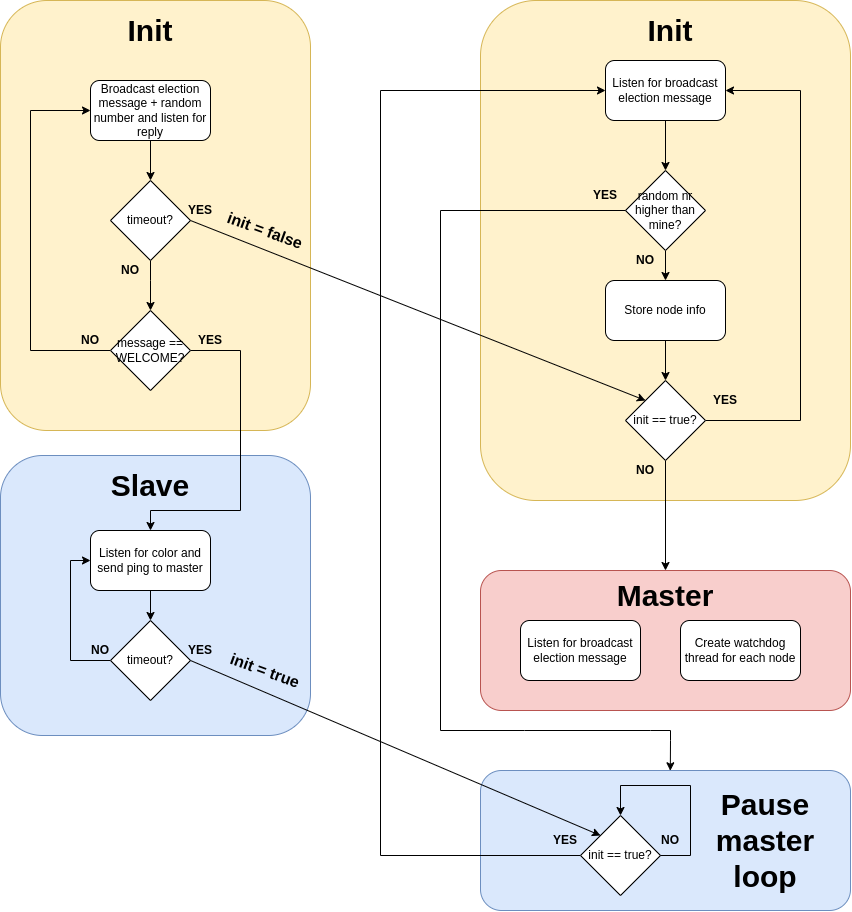
This is task-masterelection/img/control_flow.png from PetrKocian/DS, a draw.io export, as it was before one commit. Source tidied: cells renumbered, new cells last; positions are measured from the earlier drawing's top-left corner, leaving out a move shared by most shapes.
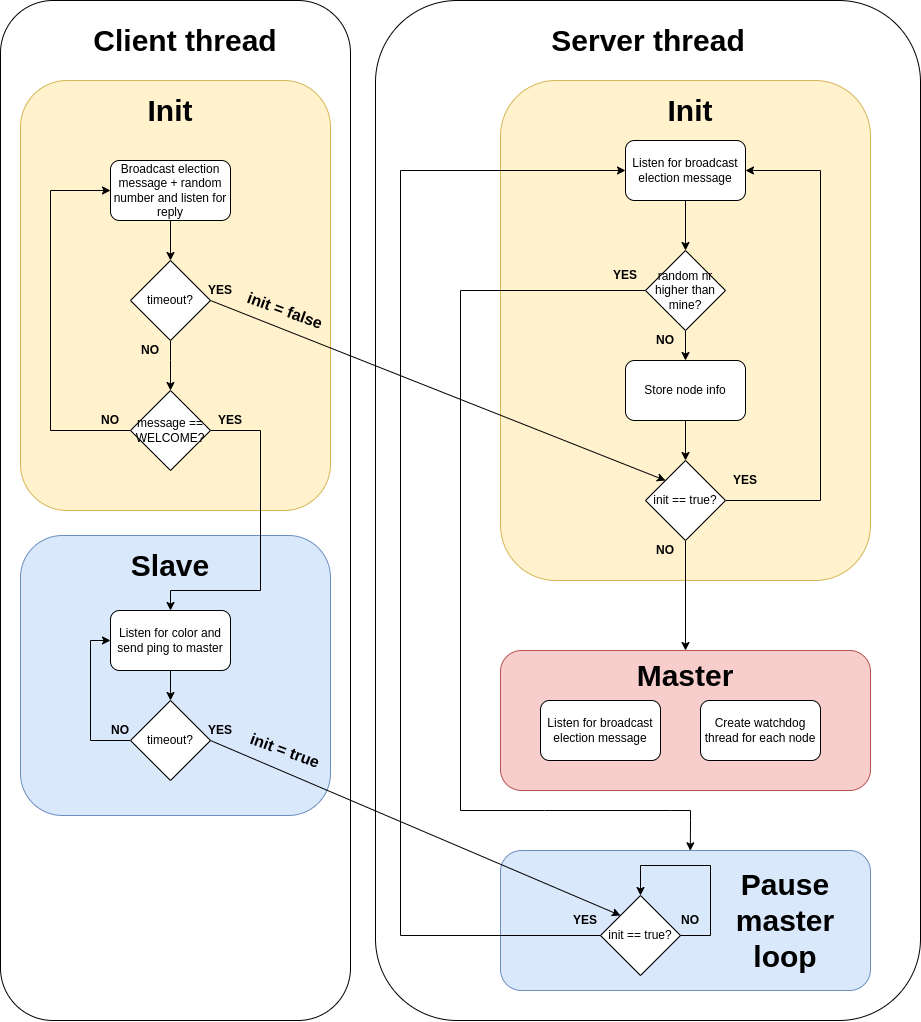
Above is the later version.

Commit message:
updated control flow

Diff of the diagram source:
```diff
@@ -2,6 +2,12 @@
   <root>
     <mxCell id="0" />
     <mxCell id="1" parent="0" />
+    <mxCell id="54" style="rounded=1;whiteSpace=wrap;html=1;" parent="1" vertex="1">
+      <mxGeometry x="355" y="-80" width="545" height="1020" as="geometry" />
+    </mxCell>
+    <mxCell id="55" style="rounded=1;whiteSpace=wrap;html=1;" parent="1" vertex="1">
+      <mxGeometry x="-20" y="-80" width="350" height="1020" as="geometry" />
+    </mxCell>
     <mxCell id="2" style="rounded=1;whiteSpace=wrap;html=1;fillColor=#dae8fc;strokeColor=#6c8ebf;" parent="1" vertex="1">
       <mxGeometry x="480" y="770" width="370" height="140" as="geometry" />
     </mxCell>
@@ -204,5 +210,11 @@
     <mxCell id="53" value="&lt;font style=&quot;font-size: 16px&quot;&gt;init = true&lt;/font&gt;" style="text;html=1;strokeColor=none;fillColor=none;align=center;verticalAlign=middle;whiteSpace=wrap;rounded=0;fontStyle=1;rotation=20;" parent="1" vertex="1">
       <mxGeometry x="220" y="660" width="90" height="20" as="geometry" />
     </mxCell>
+    <mxCell id="56" value="&lt;font style=&quot;font-size: 30px&quot;&gt;&lt;b&gt;Client thread&lt;/b&gt;&lt;/font&gt;" style="text;html=1;strokeColor=none;fillColor=none;align=center;verticalAlign=middle;whiteSpace=wrap;rounded=0;" parent="1" vertex="1">
+      <mxGeometry x="60" y="-50" width="210" height="20" as="geometry" />
+    </mxCell>
+    <mxCell id="57" value="&lt;font style=&quot;font-size: 30px&quot;&gt;&lt;b&gt;Server thread&lt;/b&gt;&lt;/font&gt;" style="text;html=1;strokeColor=none;fillColor=none;align=center;verticalAlign=middle;whiteSpace=wrap;rounded=0;" parent="1" vertex="1">
+      <mxGeometry x="522.5" y="-50" width="210" height="20" as="geometry" />
+    </mxCell>
   </root>
 </mxGraphModel>
```
